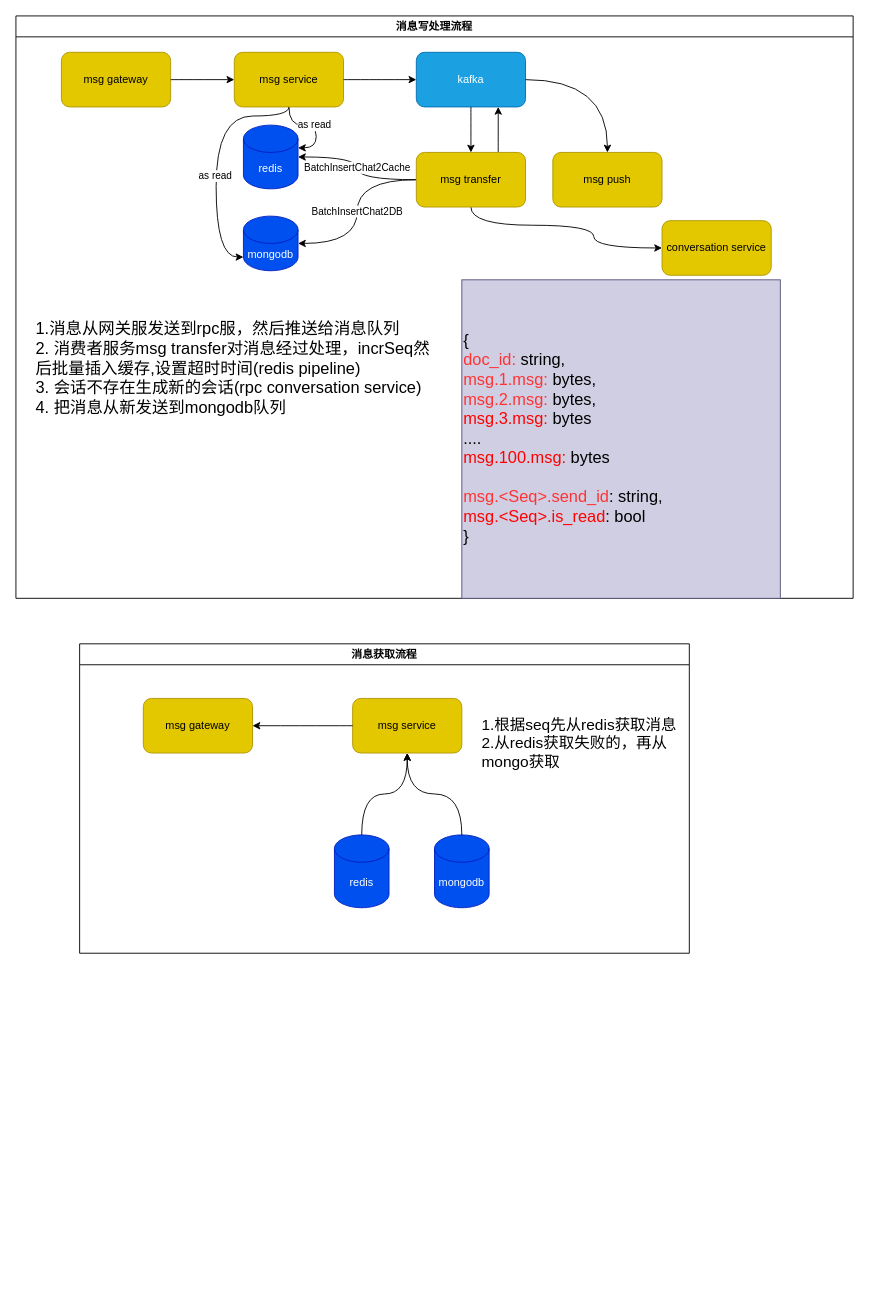
Before: page "消息" (2 of 4) of source/_posts/puml/openim.drawio in yangcancai/blog, a draw.io diagram. Source tidied: cells renumbered, new cells numbered last; positions are measured from the earlier drawing's top-left corner, leaving out a move shared by most shapes. Both pictures are drawn from the tidied source at 91%, with x=0, y=0 at pixel (15, 15).
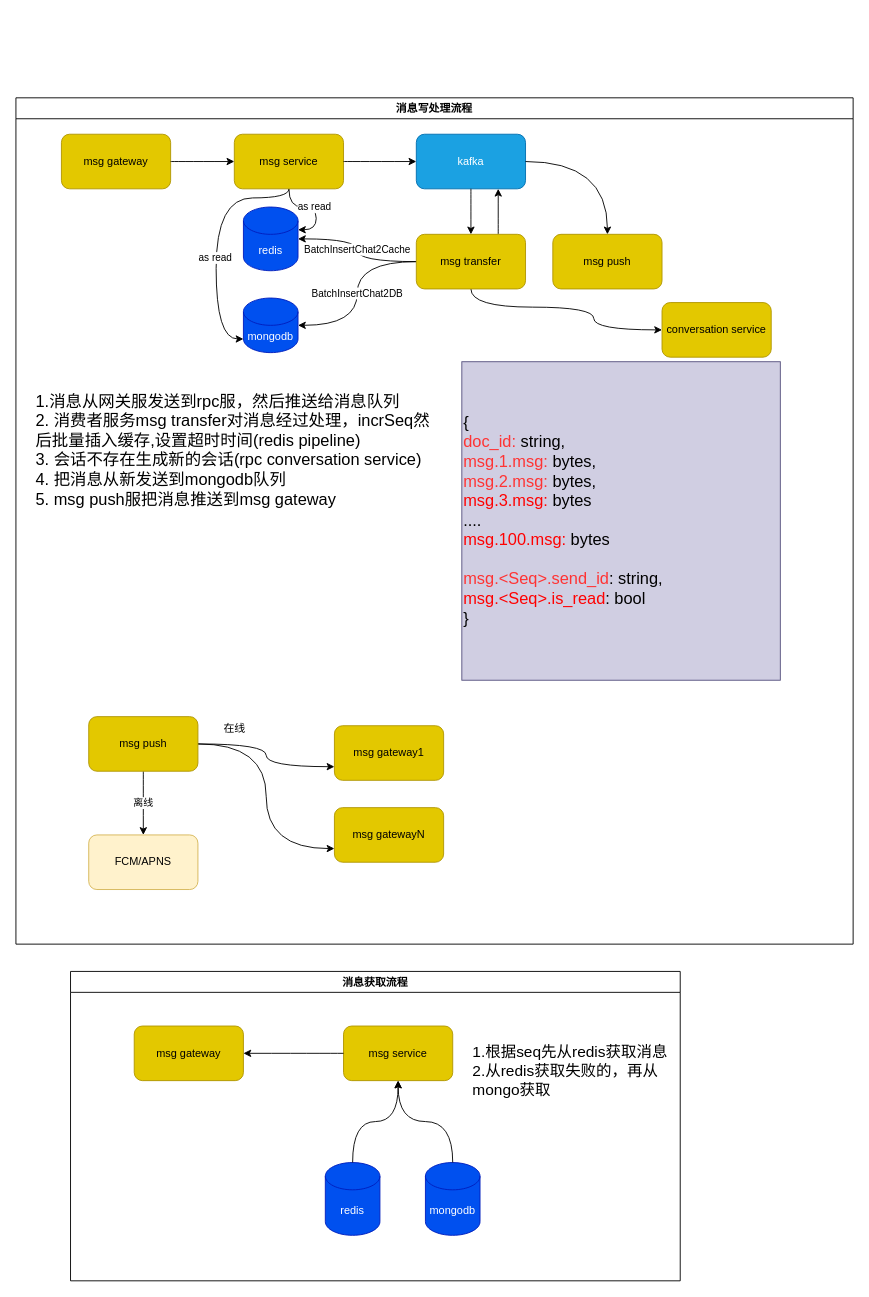
Above is the later version.

The edit, as a diff of the source:
```diff
@@
     <mxCell id="2" value="消息写处理流程" style="swimlane;whiteSpace=wrap;html=1;" parent="1" vertex="1">
-      <mxGeometry width="920" height="640" as="geometry" />
+      <mxGeometry y="90" width="920" height="930" as="geometry" />
     </mxCell>
@@
-    <mxCell id="20" value="&lt;div style=&quot;&quot;&gt;&lt;span style=&quot;background-color: initial;&quot;&gt;&lt;font style=&quot;font-size: 18px;&quot;&gt;1.消息从网关服发送到rpc服，然后推送给消息队列&lt;br&gt;2. 消费者服务msg transfer对消息经过处理，&lt;/font&gt;&lt;/span&gt;&lt;font style=&quot;font-size: 18px;&quot;&gt;incrSeq然后批量插入缓存,设置超时时间(redis pipeline)&lt;br&gt;3. 会话不存在生成新的会话(rpc conversation service)&lt;br&gt;4. 把消息从新发送到mongodb队列&lt;/font&gt;&lt;/div&gt;&lt;div&gt;&lt;span style=&quot;background-color: initial;&quot;&gt;&lt;br&gt;&lt;/span&gt;&lt;/div&gt;" style="text;html=1;strokeColor=none;fillColor=none;align=left;verticalAlign=middle;whiteSpace=wrap;rounded=0;" parent="2" vertex="1">
+    <mxCell id="20" value="&lt;div style=&quot;&quot;&gt;&lt;span style=&quot;background-color: initial;&quot;&gt;&lt;font style=&quot;font-size: 18px;&quot;&gt;1.消息从网关服发送到rpc服，然后推送给消息队列&lt;br&gt;2. 消费者服务msg transfer对消息经过处理，&lt;/font&gt;&lt;/span&gt;&lt;font style=&quot;font-size: 18px;&quot;&gt;incrSeq然后批量插入缓存,设置超时时间(redis pipeline)&lt;br&gt;3. 会话不存在生成新的会话(rpc conversation service)&lt;br&gt;4. 把消息从新发送到mongodb队列&lt;br&gt;5. msg push服把消息推送到msg gateway&lt;/font&gt;&lt;/div&gt;&lt;div&gt;&lt;span style=&quot;background-color: initial;&quot;&gt;&lt;br&gt;&lt;/span&gt;&lt;/div&gt;" style="text;html=1;strokeColor=none;fillColor=none;align=left;verticalAlign=middle;whiteSpace=wrap;rounded=0;" parent="2" vertex="1">
       <mxGeometry x="20" y="290" width="450" height="210" as="geometry" />
     </mxCell>
@@
+    <mxCell id="33" style="edgeStyle=orthogonalEdgeStyle;curved=1;rounded=0;jettySize=auto;html=1;entryX=0;entryY=0.75;entryDx=0;entryDy=0;" parent="2" edge="1" source="36" target="37">
+      <mxGeometry relative="1" as="geometry" />
+    </mxCell>
+    <mxCell id="34" style="edgeStyle=orthogonalEdgeStyle;curved=1;rounded=0;jettySize=auto;html=1;entryX=0;entryY=0.75;entryDx=0;entryDy=0;" parent="2" edge="1" source="36" target="38">
+      <mxGeometry relative="1" as="geometry" />
+    </mxCell>
+    <mxCell id="35" value="离线" style="edgeStyle=orthogonalEdgeStyle;curved=1;rounded=0;jettySize=auto;html=1;entryX=0.5;entryY=0;entryDx=0;entryDy=0;" parent="2" edge="1" source="36" target="39">
+      <mxGeometry relative="1" as="geometry" />
+    </mxCell>
+    <mxCell id="36" value="msg push" style="rounded=1;whiteSpace=wrap;html=1;fillColor=#e3c800;fontColor=#000000;strokeColor=#B09500;" parent="2" vertex="1">
+      <mxGeometry x="80" y="680" width="120" height="60" as="geometry" />
+    </mxCell>
+    <mxCell id="37" value="msg gateway1" style="rounded=1;whiteSpace=wrap;html=1;fillColor=#e3c800;fontColor=#000000;strokeColor=#B09500;" parent="2" vertex="1">
+      <mxGeometry x="350" y="690" width="120" height="60" as="geometry" />
+    </mxCell>
+    <mxCell id="38" value="msg gatewayN" style="rounded=1;whiteSpace=wrap;html=1;fillColor=#e3c800;fontColor=#000000;strokeColor=#B09500;" parent="2" vertex="1">
+      <mxGeometry x="350" y="780" width="120" height="60" as="geometry" />
+    </mxCell>
+    <mxCell id="39" value="FCM/APNS" style="rounded=1;whiteSpace=wrap;html=1;fillColor=#fff2cc;strokeColor=#d6b656;" parent="2" vertex="1">
+      <mxGeometry x="80" y="810" width="120" height="60" as="geometry" />
+    </mxCell>
     <mxCell id="24" value="消息获取流程" style="swimlane;whiteSpace=wrap;html=1;" parent="1" vertex="1">
-      <mxGeometry x="70" y="690" width="670" height="340" as="geometry" />
+      <mxGeometry x="60" y="1050" width="670" height="340" as="geometry" />
     </mxCell>
@@
+    <mxCell id="40" value="在线" style="text;html=1;align=center;verticalAlign=middle;strokeColor=none;fillColor=none;" parent="1" vertex="1">
+      <mxGeometry x="215" y="768" width="50" height="30" as="geometry" />
+    </mxCell>
```
